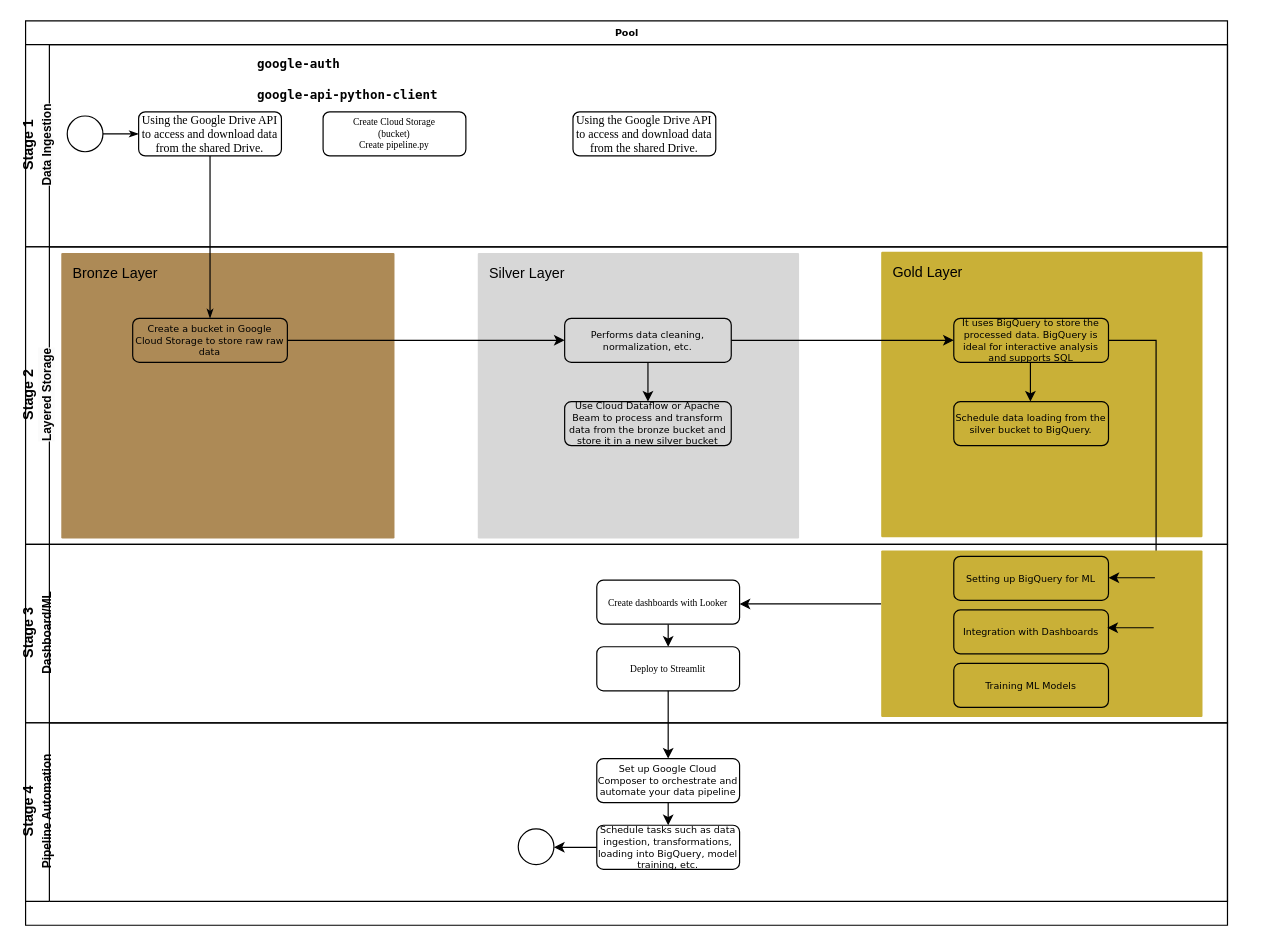
This is page "Copy of Page-1" (2 of 2) of dashboard/Diagram.drawio from JohannaRangel/FinalProject_YelpGoogleMaps, a draw.io file, before an edit. Source tidied: cells renumbered, new cells numbered last; positions are measured from the earlier drawing's top-left corner, leaving out a move shared by most shapes. Both pictures are drawn from the tidied source at 119%, with x=0, y=0 at pixel (25, 20).
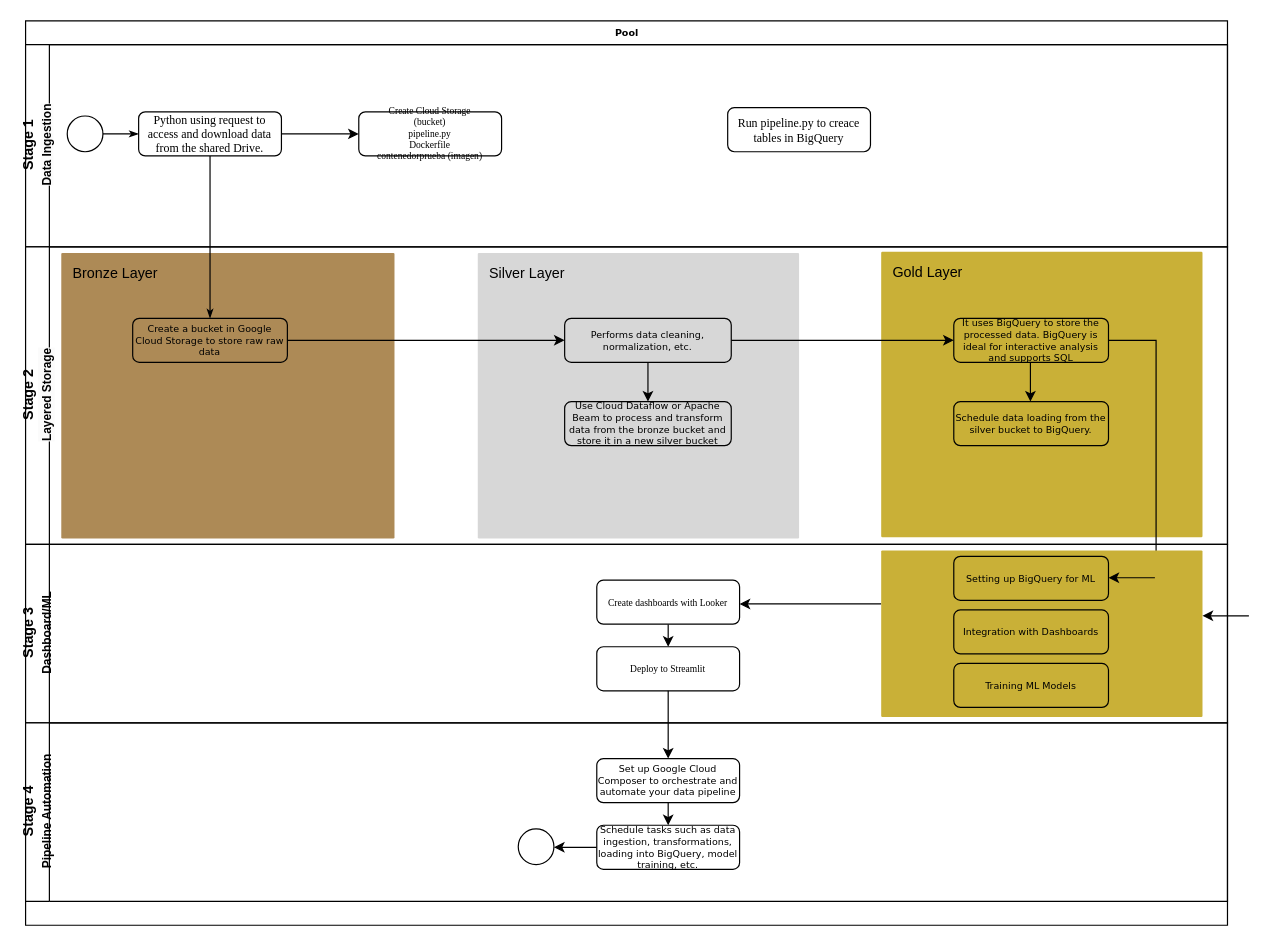
The same diagram, later.

The change refers to these unchanged cells:
```xml
<mxCell id="3" value="Stage 1&lt;br&gt;&lt;span style=&quot;font-size: 10px; background-color: rgb(251, 251, 251); text-align: left;&quot;&gt;Data Ingestion&lt;/span&gt;" style="swimlane;html=1;startSize=20;horizontal=0;" parent="2" vertex="1">
  <mxGeometry y="20" width="1010" height="170" as="geometry" />
</mxCell>
```

Diff of the diagram source:
```diff
@@
+    <mxCell id="43" style="edgeStyle=orthogonalEdgeStyle;rounded=0;jettySize=auto;html=1;" parent="3" edge="1" source="6" target="9">
+      <mxGeometry relative="1" as="geometry" />
+    </mxCell>
-    <mxCell id="6" value="&lt;div style=&quot;&quot;&gt;&lt;span style=&quot;font-family: &amp;quot;Times New Roman&amp;quot;; background-color: initial;&quot;&gt;&lt;font style=&quot;font-size: 10px;&quot;&gt;Using the Google Drive API to access and download data from the shared Drive.&lt;/font&gt;&lt;/span&gt;&lt;/div&gt;" style="rounded=1;whiteSpace=wrap;html=1;shadow=0;labelBackgroundColor=none;strokeWidth=1;fontFamily=Verdana;fontSize=8;align=center;" parent="3" vertex="1">
+    <mxCell id="6" value="&lt;div style=&quot;&quot;&gt;&lt;span style=&quot;font-family: &amp;quot;Times New Roman&amp;quot;; background-color: initial;&quot;&gt;&lt;font style=&quot;font-size: 10px;&quot;&gt;Python using request to access and download data from the shared Drive.&lt;/font&gt;&lt;/span&gt;&lt;/div&gt;" style="rounded=1;whiteSpace=wrap;html=1;shadow=0;labelBackgroundColor=none;strokeWidth=1;fontFamily=Verdana;fontSize=8;align=center;" parent="3" vertex="1">
       <mxGeometry x="95" y="56.5" width="120" height="37" as="geometry" />
     </mxCell>
-    <mxCell id="7" value="&lt;p&gt;&lt;span style=&quot;color: var(--tw-prose-code); font-family: &amp;quot;Söhne Mono&amp;quot;, Monaco, &amp;quot;Andale Mono&amp;quot;, &amp;quot;Ubuntu Mono&amp;quot;, monospace; font-size: 0.875em; font-weight: 600; background-color: initial;&quot;&gt;google-auth&lt;/span&gt;&lt;br&gt;&lt;/p&gt;&lt;p&gt;&lt;code style=&quot;border: 0px solid rgb(217, 217, 227); box-sizing: border-box; --tw-border-spacing-x: 0; --tw-border-spacing-y: 0; --tw-translate-x: 0; --tw-translate-y: 0; --tw-rotate: 0; --tw-skew-x: 0; --tw-skew-y: 0; --tw-scale-x: 1; --tw-scale-y: 1; --tw-pan-x: ; --tw-pan-y: ; --tw-pinch-zoom: ; --tw-scroll-snap-strictness: proximity; --tw-gradient-from-position: ; --tw-gradient-via-position: ; --tw-gradient-to-position: ; --tw-ordinal: ; --tw-slashed-zero: ; --tw-numeric-figure: ; --tw-numeric-spacing: ; --tw-numeric-fraction: ; --tw-ring-inset: ; --tw-ring-offset-width: 0px; --tw-ring-offset-color: #fff; --tw-ring-color: rgba(69,89,164,.5); --tw-ring-offset-shadow: 0 0 transparent; --tw-ring-shadow: 0 0 transparent; --tw-shadow: 0 0 transparent; --tw-shadow-colored: 0 0 transparent; --tw-blur: ; --tw-brightness: ; --tw-contrast: ; --tw-grayscale: ; --tw-hue-rotate: ; --tw-invert: ; --tw-saturate: ; --tw-sepia: ; --tw-drop-shadow: ; --tw-backdrop-blur: ; --tw-backdrop-brightness: ; --tw-backdrop-contrast: ; --tw-backdrop-grayscale: ; --tw-backdrop-hue-rotate: ; --tw-backdrop-invert: ; --tw-backdrop-opacity: ; --tw-backdrop-saturate: ; --tw-backdrop-sepia: ; font-size: 0.875em; color: var(--tw-prose-code); font-weight: 600; font-family: &amp;quot;Söhne Mono&amp;quot;, Monaco, &amp;quot;Andale Mono&amp;quot;, &amp;quot;Ubuntu Mono&amp;quot;, monospace !important;&quot;&gt;google-api-python-client&lt;/code&gt;&lt;br&gt;&lt;/p&gt;" style="text;html=1;strokeColor=none;fillColor=none;spacing=5;spacingTop=-20;whiteSpace=wrap;overflow=hidden;rounded=0;" parent="3" vertex="1">
-      <mxGeometry x="190" y="6.5" width="190" height="50" as="geometry" />
-    </mxCell>
-    <mxCell id="8" value="&lt;div style=&quot;&quot;&gt;&lt;span style=&quot;font-family: &amp;quot;Times New Roman&amp;quot;; background-color: initial;&quot;&gt;&lt;font style=&quot;font-size: 10px;&quot;&gt;Using the Google Drive API to access and download data from the shared Drive.&lt;/font&gt;&lt;/span&gt;&lt;/div&gt;" style="rounded=1;whiteSpace=wrap;html=1;shadow=0;labelBackgroundColor=none;strokeWidth=1;fontFamily=Verdana;fontSize=8;align=center;" parent="3" vertex="1">
-      <mxGeometry x="460" y="56.5" width="120" height="37" as="geometry" />
+    <mxCell id="8" value="&lt;div style=&quot;&quot;&gt;&lt;span style=&quot;font-family: &amp;quot;Times New Roman&amp;quot;; background-color: initial;&quot;&gt;&lt;font style=&quot;font-size: 10px;&quot;&gt;Run pipeline.py to creace tables in BigQuery&lt;/font&gt;&lt;/span&gt;&lt;/div&gt;" style="rounded=1;whiteSpace=wrap;html=1;shadow=0;labelBackgroundColor=none;strokeWidth=1;fontFamily=Verdana;fontSize=8;align=center;" parent="3" vertex="1">
+      <mxGeometry x="590" y="53" width="120" height="37" as="geometry" />
     </mxCell>
-    <mxCell id="9" value="&lt;div style=&quot;&quot;&gt;&lt;font face=&quot;Times New Roman&quot;&gt;Create Cloud Storage&lt;/font&gt;&lt;br&gt;&lt;/div&gt;&lt;div style=&quot;&quot;&gt;&lt;font face=&quot;Times New Roman&quot;&gt;(bucket)&lt;br&gt;&lt;/font&gt;&lt;/div&gt;&lt;div style=&quot;&quot;&gt;&lt;font face=&quot;Times New Roman&quot;&gt;Create pipeline.py&lt;/font&gt;&lt;/div&gt;" style="rounded=1;whiteSpace=wrap;html=1;shadow=0;labelBackgroundColor=none;strokeWidth=1;fontFamily=Verdana;fontSize=8;align=center;" parent="3" vertex="1">
-      <mxGeometry x="250" y="56.5" width="120" height="37" as="geometry" />
+    <mxCell id="9" value="&lt;div style=&quot;&quot;&gt;&lt;font face=&quot;Times New Roman&quot;&gt;Create Cloud Storage&lt;/font&gt;&lt;br&gt;&lt;/div&gt;&lt;div style=&quot;&quot;&gt;&lt;font face=&quot;Times New Roman&quot;&gt;(bucket)&lt;br&gt;&lt;/font&gt;&lt;/div&gt;&lt;div style=&quot;&quot;&gt;&lt;font face=&quot;Times New Roman&quot;&gt;pipeline.py&lt;/font&gt;&lt;/div&gt;&lt;div style=&quot;&quot;&gt;&lt;font face=&quot;Times New Roman&quot;&gt;Dockerfile&lt;/font&gt;&lt;/div&gt;&lt;div style=&quot;&quot;&gt;&lt;font face=&quot;Times New Roman&quot;&gt;contenedorprueba (imagen)&lt;/font&gt;&lt;/div&gt;" style="rounded=1;whiteSpace=wrap;html=1;shadow=0;labelBackgroundColor=none;strokeWidth=1;fontFamily=Verdana;fontSize=8;align=center;" parent="3" vertex="1">
+      <mxGeometry x="280" y="56.5" width="120" height="37" as="geometry" />
     </mxCell>
@@
     <mxCell id="42" style="edgeStyle=orthogonalEdgeStyle;rounded=0;orthogonalLoop=1;jettySize=auto;html=1;exitX=0;exitY=0.75;exitDx=0;exitDy=0;exitPerimeter=0;" parent="1" edge="1">
       <mxGeometry relative="1" as="geometry">
-        <mxPoint x="948" y="510" as="sourcePoint" />
-        <mxPoint x="909" y="510" as="targetPoint" />
+        <mxPoint x="1028" y="500" as="sourcePoint" />
+        <mxPoint x="989" y="500" as="targetPoint" />
       </mxGeometry>
     </mxCell>
```
